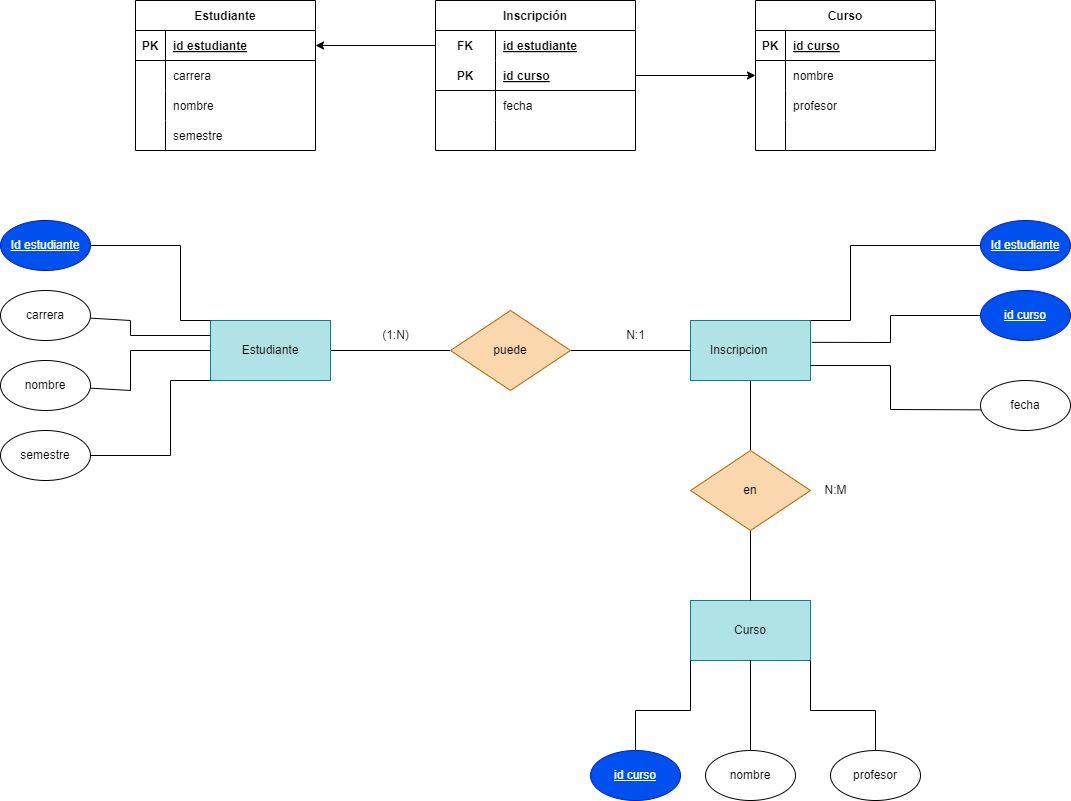
WhiteCascade/BAE keeps this draw.io diagram as Tareas/Unidad2/ejercicio2.5.drawio.png. Above is the earlier version. Source tidied: cells renumbered, new cells last; positions are measured from the earlier drawing's top-left corner, leaving out a move shared by most shapes.
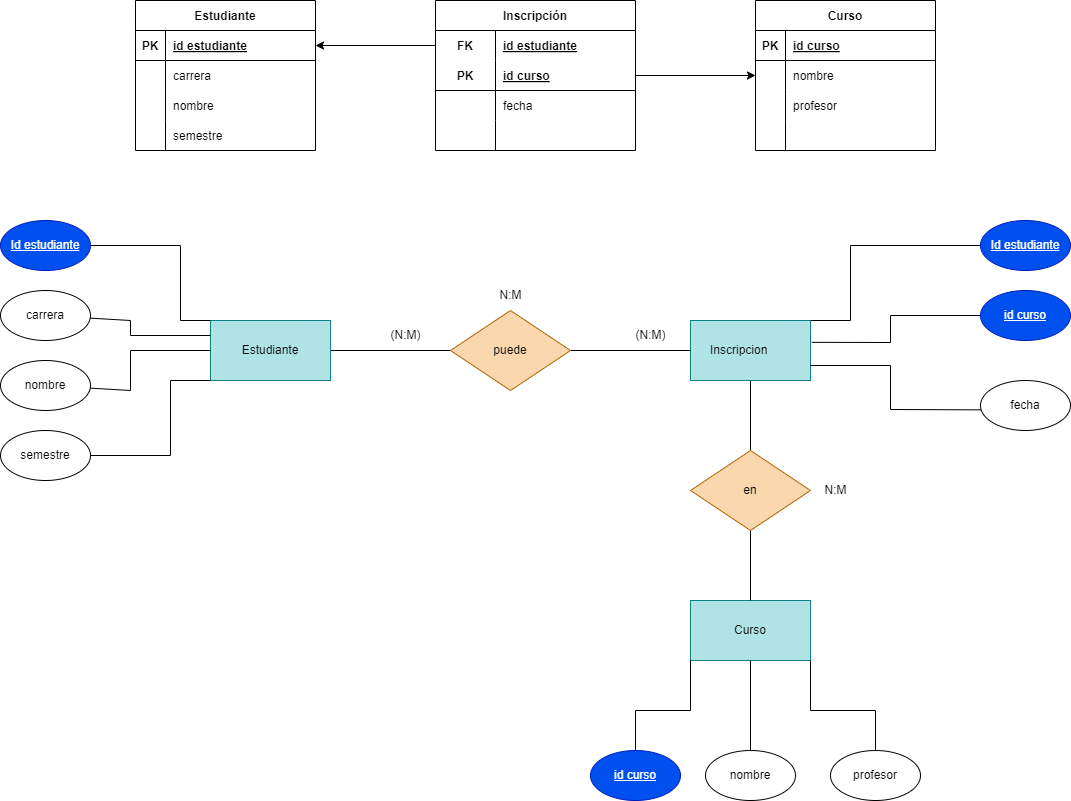
Above is the later version.

Diff of the diagram source:
```diff
@@ -251,12 +251,6 @@
     <mxCell id="68" value="&lt;u&gt;id curso&lt;/u&gt;" style="ellipse;whiteSpace=wrap;html=1;fillColor=#0050ef;fontColor=#ffffff;strokeColor=#001DBC;" parent="1" vertex="1">
       <mxGeometry x="590" y="750" width="90" height="50" as="geometry" />
     </mxCell>
-    <mxCell id="69" value="(1:N)" style="text;html=1;align=center;verticalAlign=middle;strokeColor=none;fillColor=none;" parent="1" vertex="1">
-      <mxGeometry x="370" y="320" width="50" height="30" as="geometry" />
-    </mxCell>
-    <mxCell id="70" value="N:1" style="text;html=1;align=center;verticalAlign=middle;strokeColor=none;fillColor=none;" parent="1" vertex="1">
-      <mxGeometry x="615" y="320" width="40" height="30" as="geometry" />
-    </mxCell>
     <mxCell id="71" value="N:M" style="text;html=1;align=center;verticalAlign=middle;strokeColor=none;fillColor=none;" parent="1" vertex="1">
       <mxGeometry x="810" y="475" width="50" height="30" as="geometry" />
     </mxCell>
@@ -269,5 +263,14 @@
     <mxCell id="74" value="fecha" style="ellipse;whiteSpace=wrap;html=1;" parent="1" vertex="1">
       <mxGeometry x="980" y="380" width="90" height="50" as="geometry" />
     </mxCell>
+    <mxCell id="75" value="(N:M)" style="text;html=1;align=center;verticalAlign=middle;strokeColor=none;fillColor=none;" parent="1" vertex="1">
+      <mxGeometry x="625" y="320" width="50" height="30" as="geometry" />
+    </mxCell>
+    <mxCell id="76" value="(N:M)" style="text;html=1;align=center;verticalAlign=middle;strokeColor=none;fillColor=none;" parent="1" vertex="1">
+      <mxGeometry x="380" y="320" width="50" height="30" as="geometry" />
+    </mxCell>
+    <mxCell id="77" value="N:M" style="text;html=1;align=center;verticalAlign=middle;strokeColor=none;fillColor=none;" parent="1" vertex="1">
+      <mxGeometry x="485" y="280" width="50" height="30" as="geometry" />
+    </mxCell>
   </root>
 </mxGraphModel>
```
